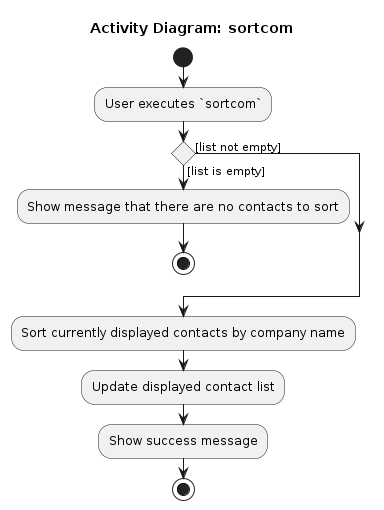
The PlantUML diagram diagrams/company/SortComActivityDiagram.png in AY2526S2-CS2103-T11-1/tp, before a commit. Its source is kept beside it as diagrams/company/SortComActivityDiagram.puml.
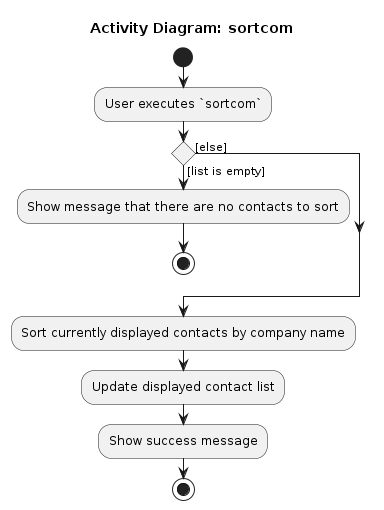
The same diagram one commit later.

The edit, as a diff of the source:
```diff
@@ -8,7 +8,7 @@
 if () then ([list is empty])
     :Show message that there are no contacts to sort;
     stop
-else ([list not empty])
+else ([else])
 endif
 
 :Sort currently displayed contacts by company name;
```
